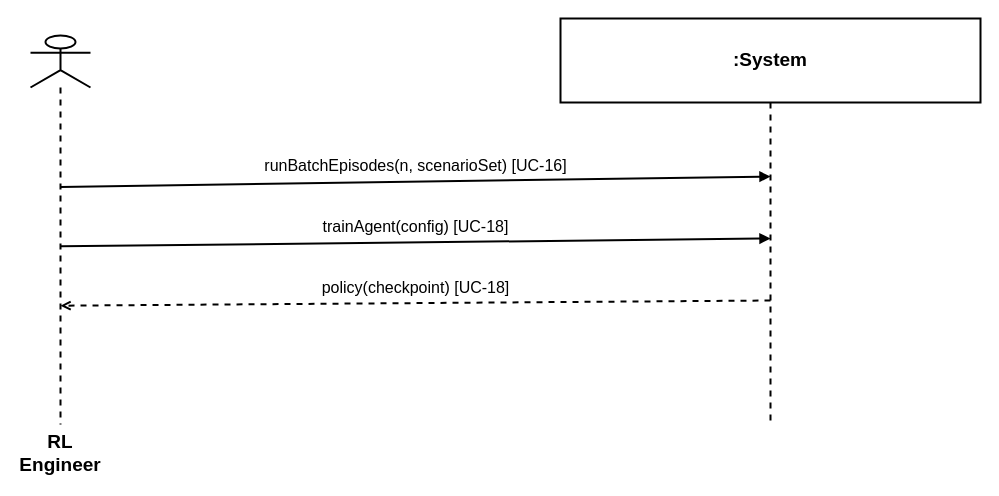
This is page "SSD: RL Engineer" (4 of 4) of 11_system_sequence_diagram.drawio from syedmohammad611/diagrams, a draw.io file, before an edit. Source tidied: cells renumbered, new cells numbered last; positions are measured from the earlier drawing's top-left corner, leaving out a move shared by most shapes. Both pictures are drawn from the tidied source at 100%, with x=0, y=0 at pixel (30, 18).
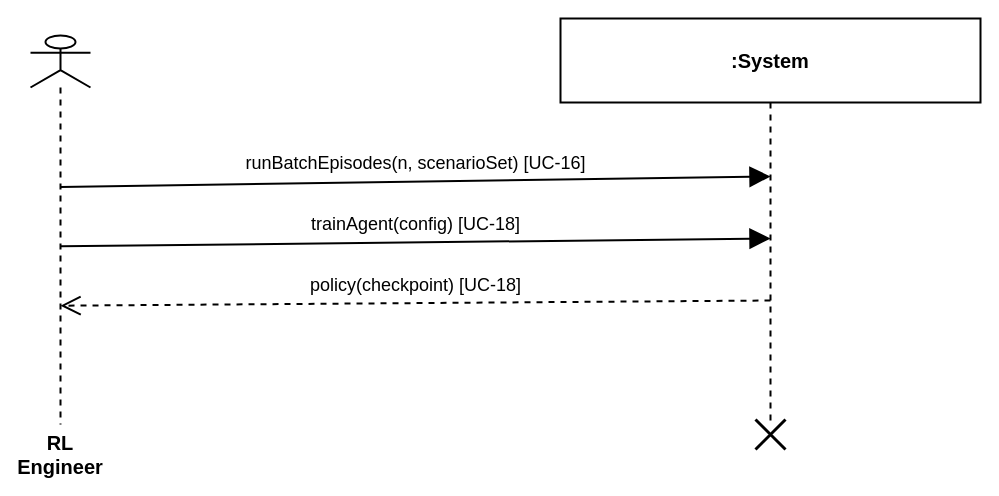
The same diagram, later.

The edit, as a diff of the source:
```diff
@@
 <mxGraphModel background="#ffffff">
   <root>
     <mxCell id="0" />
     <mxCell id="1" parent="0" />
-    <mxCell id="2" value="RL Engineer" style="shape=umlLifeline;perimeter=lifelinePerimeter;whiteSpace=wrap;html=1;outlineConnect=0;participant=umlActor;fillColor=none;strokeColor=#000000;fontColor=#000000;fontFamily=Helvetica;strokeWidth=2;fontSize=19;fontStyle=1;size=52;verticalLabelPosition=bottom;verticalAlign=top;" parent="1" vertex="1">
+    <mxCell id="2" value="RL Engineer" style="shape=umlLifeline;perimeter=lifelinePerimeter;whiteSpace=wrap;html=1;outlineConnect=0;participant=umlActor;fillColor=none;strokeColor=#000000;fontColor=#000000;fontFamily=Helvetica;strokeWidth=2;fontSize=20;fontStyle=1;size=52;verticalLabelPosition=bottom;verticalAlign=top;" parent="1" vertex="1">
       <mxGeometry y="17" width="60" height="389" as="geometry" />
     </mxCell>
-    <mxCell id="3" value=":System" style="shape=umlLifeline;perimeter=lifelinePerimeter;whiteSpace=wrap;html=1;outlineConnect=0;fillColor=none;strokeColor=#000000;fontColor=#000000;fontFamily=Helvetica;strokeWidth=2;fontSize=19;fontStyle=1;size=84;" parent="1" vertex="1">
+    <mxCell id="3" value=":System" style="shape=umlLifeline;perimeter=lifelinePerimeter;whiteSpace=wrap;html=1;outlineConnect=0;fillColor=none;strokeColor=#000000;fontColor=#000000;fontFamily=Helvetica;strokeWidth=2;fontSize=20;fontStyle=1;size=84;" parent="1" vertex="1">
       <mxGeometry x="530" width="420" height="406" as="geometry" />
     </mxCell>
-    <mxCell id="4" value="runBatchEpisodes(n, scenarioSet)  [UC-16]" style="html=1;verticalAlign=bottom;endArrow=block;endFill=1;fillColor=none;strokeColor=#000000;fontColor=#000000;fontFamily=Helvetica;strokeWidth=2;fontSize=16;labelBackgroundColor=#FFFFFF;spacingBottom=4;exitX=0.5;exitY=0.389163;exitDx=0;exitDy=0;entryX=0.5;entryY=0.389163;entryDx=0;entryDy=0;" parent="1" edge="1" source="2" target="3">
+    <mxCell id="4" value="runBatchEpisodes(n, scenarioSet)  [UC-16]" style="html=1;verticalAlign=bottom;endArrow=block;endFill=1;fillColor=none;strokeColor=#000000;fontColor=#000000;fontFamily=Helvetica;strokeWidth=2;fontSize=18;labelBackgroundColor=#FFFFFF;spacingBottom=4;exitX=0.5;exitY=0.389163;exitDx=0;exitDy=0;entryX=0.5;entryY=0.389163;entryDx=0;entryDy=0;endSize=16;" parent="1" edge="1" source="2" target="3">
       <mxGeometry relative="1" as="geometry" />
     </mxCell>
-    <mxCell id="5" value="trainAgent(config)  [UC-18]" style="html=1;verticalAlign=bottom;endArrow=block;endFill=1;fillColor=none;strokeColor=#000000;fontColor=#000000;fontFamily=Helvetica;strokeWidth=2;fontSize=16;labelBackgroundColor=#FFFFFF;spacingBottom=4;exitX=0.5;exitY=0.541872;exitDx=0;exitDy=0;entryX=0.5;entryY=0.541872;entryDx=0;entryDy=0;" parent="1" edge="1" source="2" target="3">
+    <mxCell id="5" value="trainAgent(config)  [UC-18]" style="html=1;verticalAlign=bottom;endArrow=block;endFill=1;fillColor=none;strokeColor=#000000;fontColor=#000000;fontFamily=Helvetica;strokeWidth=2;fontSize=18;labelBackgroundColor=#FFFFFF;spacingBottom=4;exitX=0.5;exitY=0.541872;exitDx=0;exitDy=0;entryX=0.5;entryY=0.541872;entryDx=0;entryDy=0;endSize=16;" parent="1" edge="1" source="2" target="3">
       <mxGeometry relative="1" as="geometry" />
     </mxCell>
-    <mxCell id="6" value="policy(checkpoint)  [UC-18]" style="html=1;verticalAlign=bottom;endArrow=open;endFill=0;dashed=1;fillColor=none;strokeColor=#000000;fontColor=#000000;fontFamily=Helvetica;strokeWidth=2;fontSize=16;labelBackgroundColor=#FFFFFF;spacingBottom=4;exitX=0.5;exitY=0.694581;exitDx=0;exitDy=0;entryX=0.5;entryY=0.694581;entryDx=0;entryDy=0;" parent="1" edge="1" source="3" target="2">
+    <mxCell id="6" value="policy(checkpoint)  [UC-18]" style="html=1;verticalAlign=bottom;endArrow=open;endFill=0;dashed=1;fillColor=none;strokeColor=#000000;fontColor=#000000;fontFamily=Helvetica;strokeWidth=2;fontSize=18;labelBackgroundColor=#FFFFFF;spacingBottom=4;exitX=0.5;exitY=0.694581;exitDx=0;exitDy=0;entryX=0.5;entryY=0.694581;entryDx=0;entryDy=0;endSize=16;" parent="1" edge="1" source="3" target="2">
       <mxGeometry relative="1" as="geometry" />
     </mxCell>
+    <mxCell id="7" style="shape=umlDestroy;whiteSpace=wrap;html=1;strokeWidth=3;targetShapes=umlLifeline;" parent="1" vertex="1">
+      <mxGeometry x="725" y="401" width="30" height="30" as="geometry" />
+    </mxCell>
   </root>
 </mxGraphModel>
```
